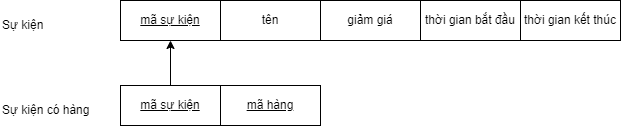
The draw.io diagram img/database/mapping/mapping-event.png in hienbui-iwrp/DACN_report, before a commit. Source tidied: cells renumbered, new cells last; positions are measured from the earlier drawing's top-left corner, leaving out a move shared by most shapes.
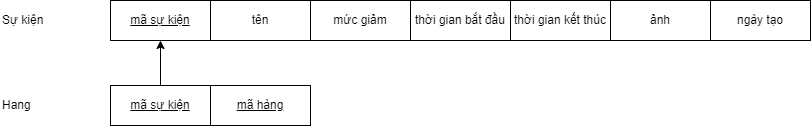
The same file after the commit.

The edit, as a diff of the source:
```diff
@@ -3,7 +3,7 @@
     <mxCell id="0" />
     <mxCell id="1" parent="0" />
     <mxCell id="2" value="Sự kiện" style="text;html=1;align=left;verticalAlign=middle;strokeColor=none;fillColor=none;" parent="1" vertex="1">
-      <mxGeometry y="10" width="60" height="30" as="geometry" />
+      <mxGeometry x="10" y="5" width="60" height="30" as="geometry" />
     </mxCell>
     <mxCell id="3" value="&lt;u&gt;mã sự kiện&lt;/u&gt;" style="rounded=0;whiteSpace=wrap;html=1;" parent="1" vertex="1">
       <mxGeometry x="120" width="100" height="40" as="geometry" />
@@ -11,7 +11,7 @@
     <mxCell id="4" value="tên" style="rounded=0;whiteSpace=wrap;html=1;" parent="1" vertex="1">
       <mxGeometry x="220" width="100" height="40" as="geometry" />
     </mxCell>
-    <mxCell id="5" value="giảm giá" style="rounded=0;whiteSpace=wrap;html=1;" parent="1" vertex="1">
+    <mxCell id="5" value="mức giảm" style="rounded=0;whiteSpace=wrap;html=1;" parent="1" vertex="1">
       <mxGeometry x="320" width="100" height="40" as="geometry" />
     </mxCell>
     <mxCell id="6" value="thời gian bắt đầu" style="rounded=0;whiteSpace=wrap;html=1;" parent="1" vertex="1">
@@ -20,8 +20,8 @@
     <mxCell id="7" value="thời gian kết thúc" style="rounded=0;whiteSpace=wrap;html=1;" parent="1" vertex="1">
       <mxGeometry x="520" width="100" height="40" as="geometry" />
     </mxCell>
-    <mxCell id="8" value="Sự kiện có hàng" style="text;html=1;align=left;verticalAlign=middle;strokeColor=none;fillColor=none;" parent="1" vertex="1">
-      <mxGeometry y="95" width="110" height="30" as="geometry" />
+    <mxCell id="8" value="Hang" style="text;html=1;align=left;verticalAlign=middle;strokeColor=none;fillColor=none;" parent="1" vertex="1">
+      <mxGeometry x="10" y="90" width="50" height="30" as="geometry" />
     </mxCell>
     <mxCell id="9" style="edgeStyle=orthogonalEdgeStyle;rounded=0;jettySize=auto;html=1;" parent="1" edge="1" source="10" target="3">
       <mxGeometry relative="1" as="geometry" />
@@ -32,5 +32,11 @@
     <mxCell id="11" value="&lt;u&gt;mã hàng&lt;/u&gt;" style="rounded=0;whiteSpace=wrap;html=1;" parent="1" vertex="1">
       <mxGeometry x="220" y="85" width="100" height="40" as="geometry" />
     </mxCell>
+    <mxCell id="12" value="ảnh" style="rounded=0;whiteSpace=wrap;html=1;" parent="1" vertex="1">
+      <mxGeometry x="620" width="100" height="40" as="geometry" />
+    </mxCell>
+    <mxCell id="13" value="ngày tạo" style="rounded=0;whiteSpace=wrap;html=1;" parent="1" vertex="1">
+      <mxGeometry x="720" width="100" height="40" as="geometry" />
+    </mxCell>
   </root>
 </mxGraphModel>
```
